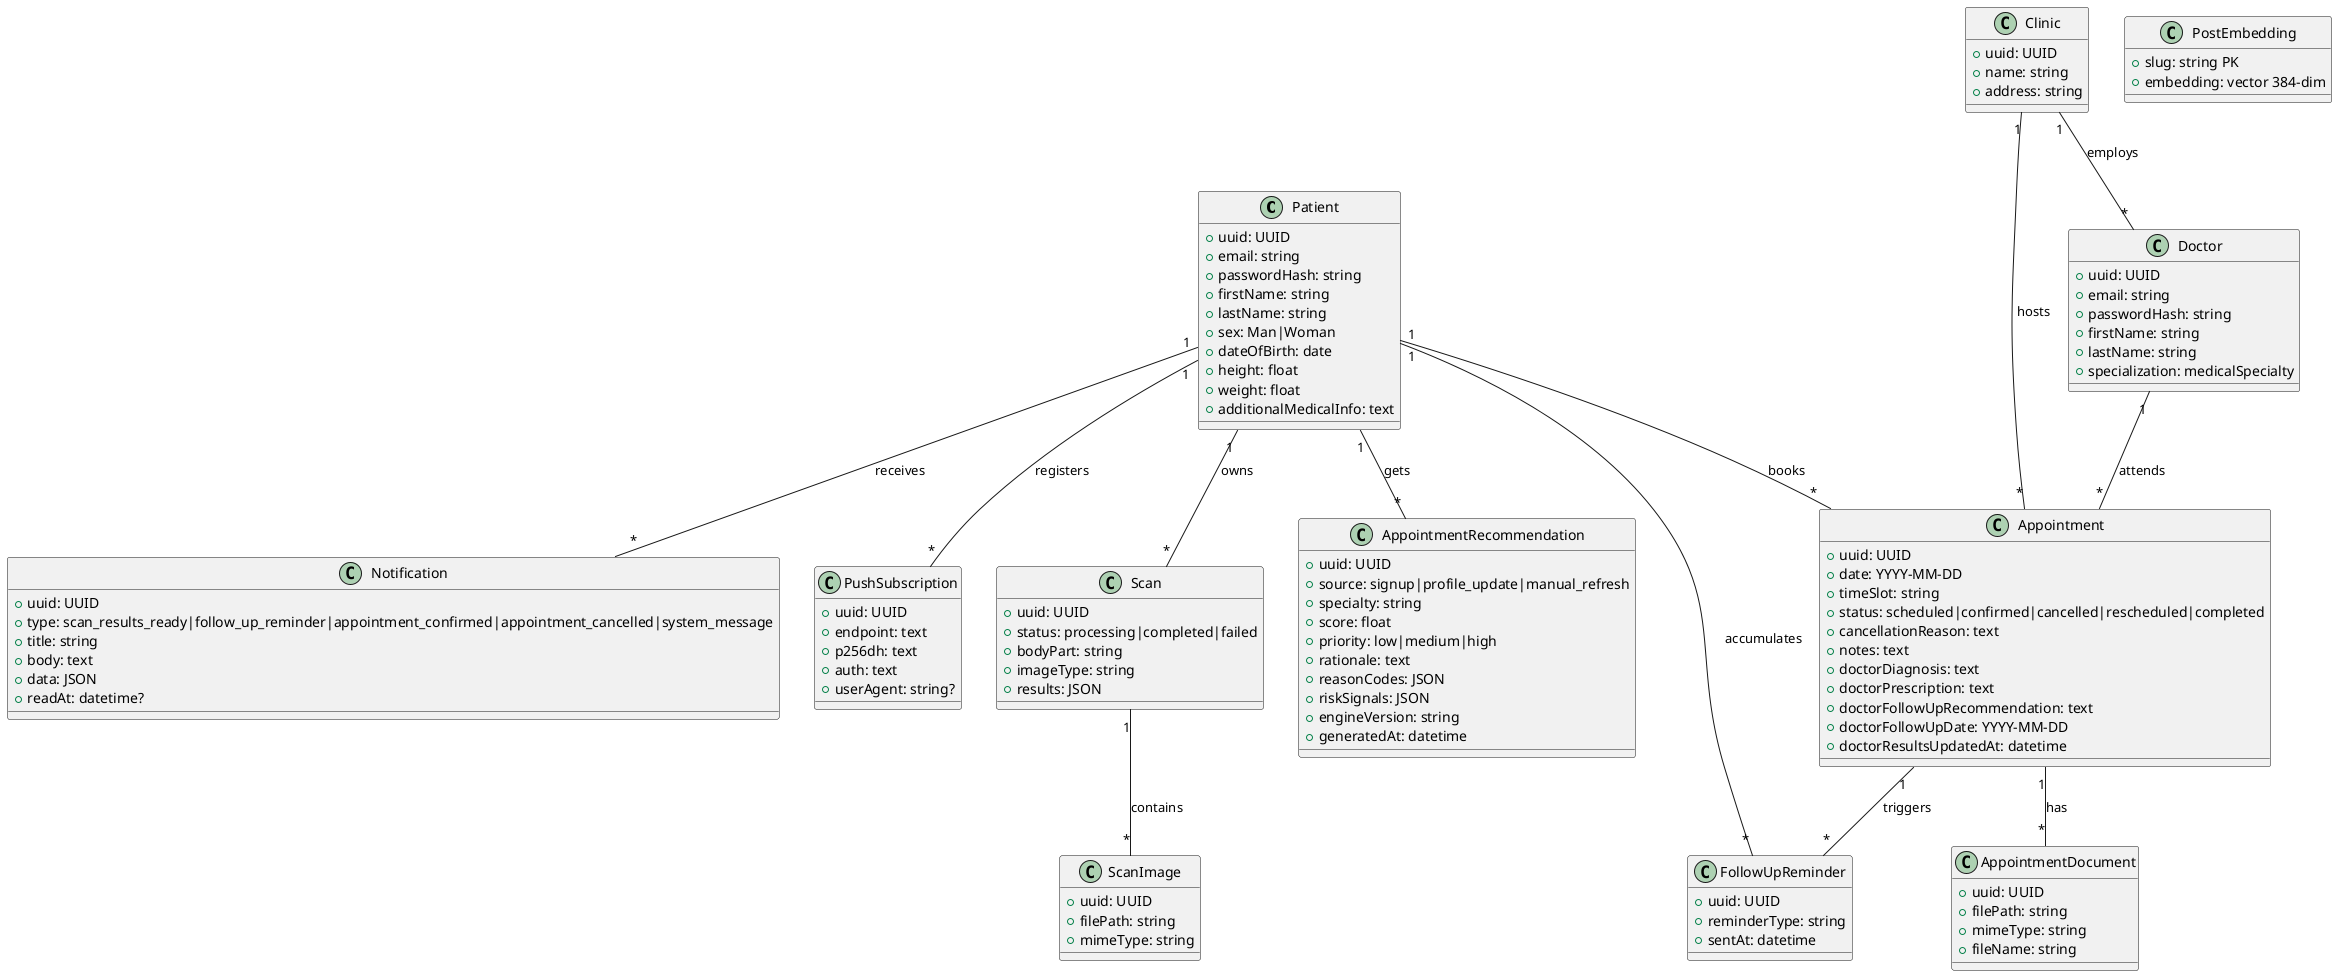
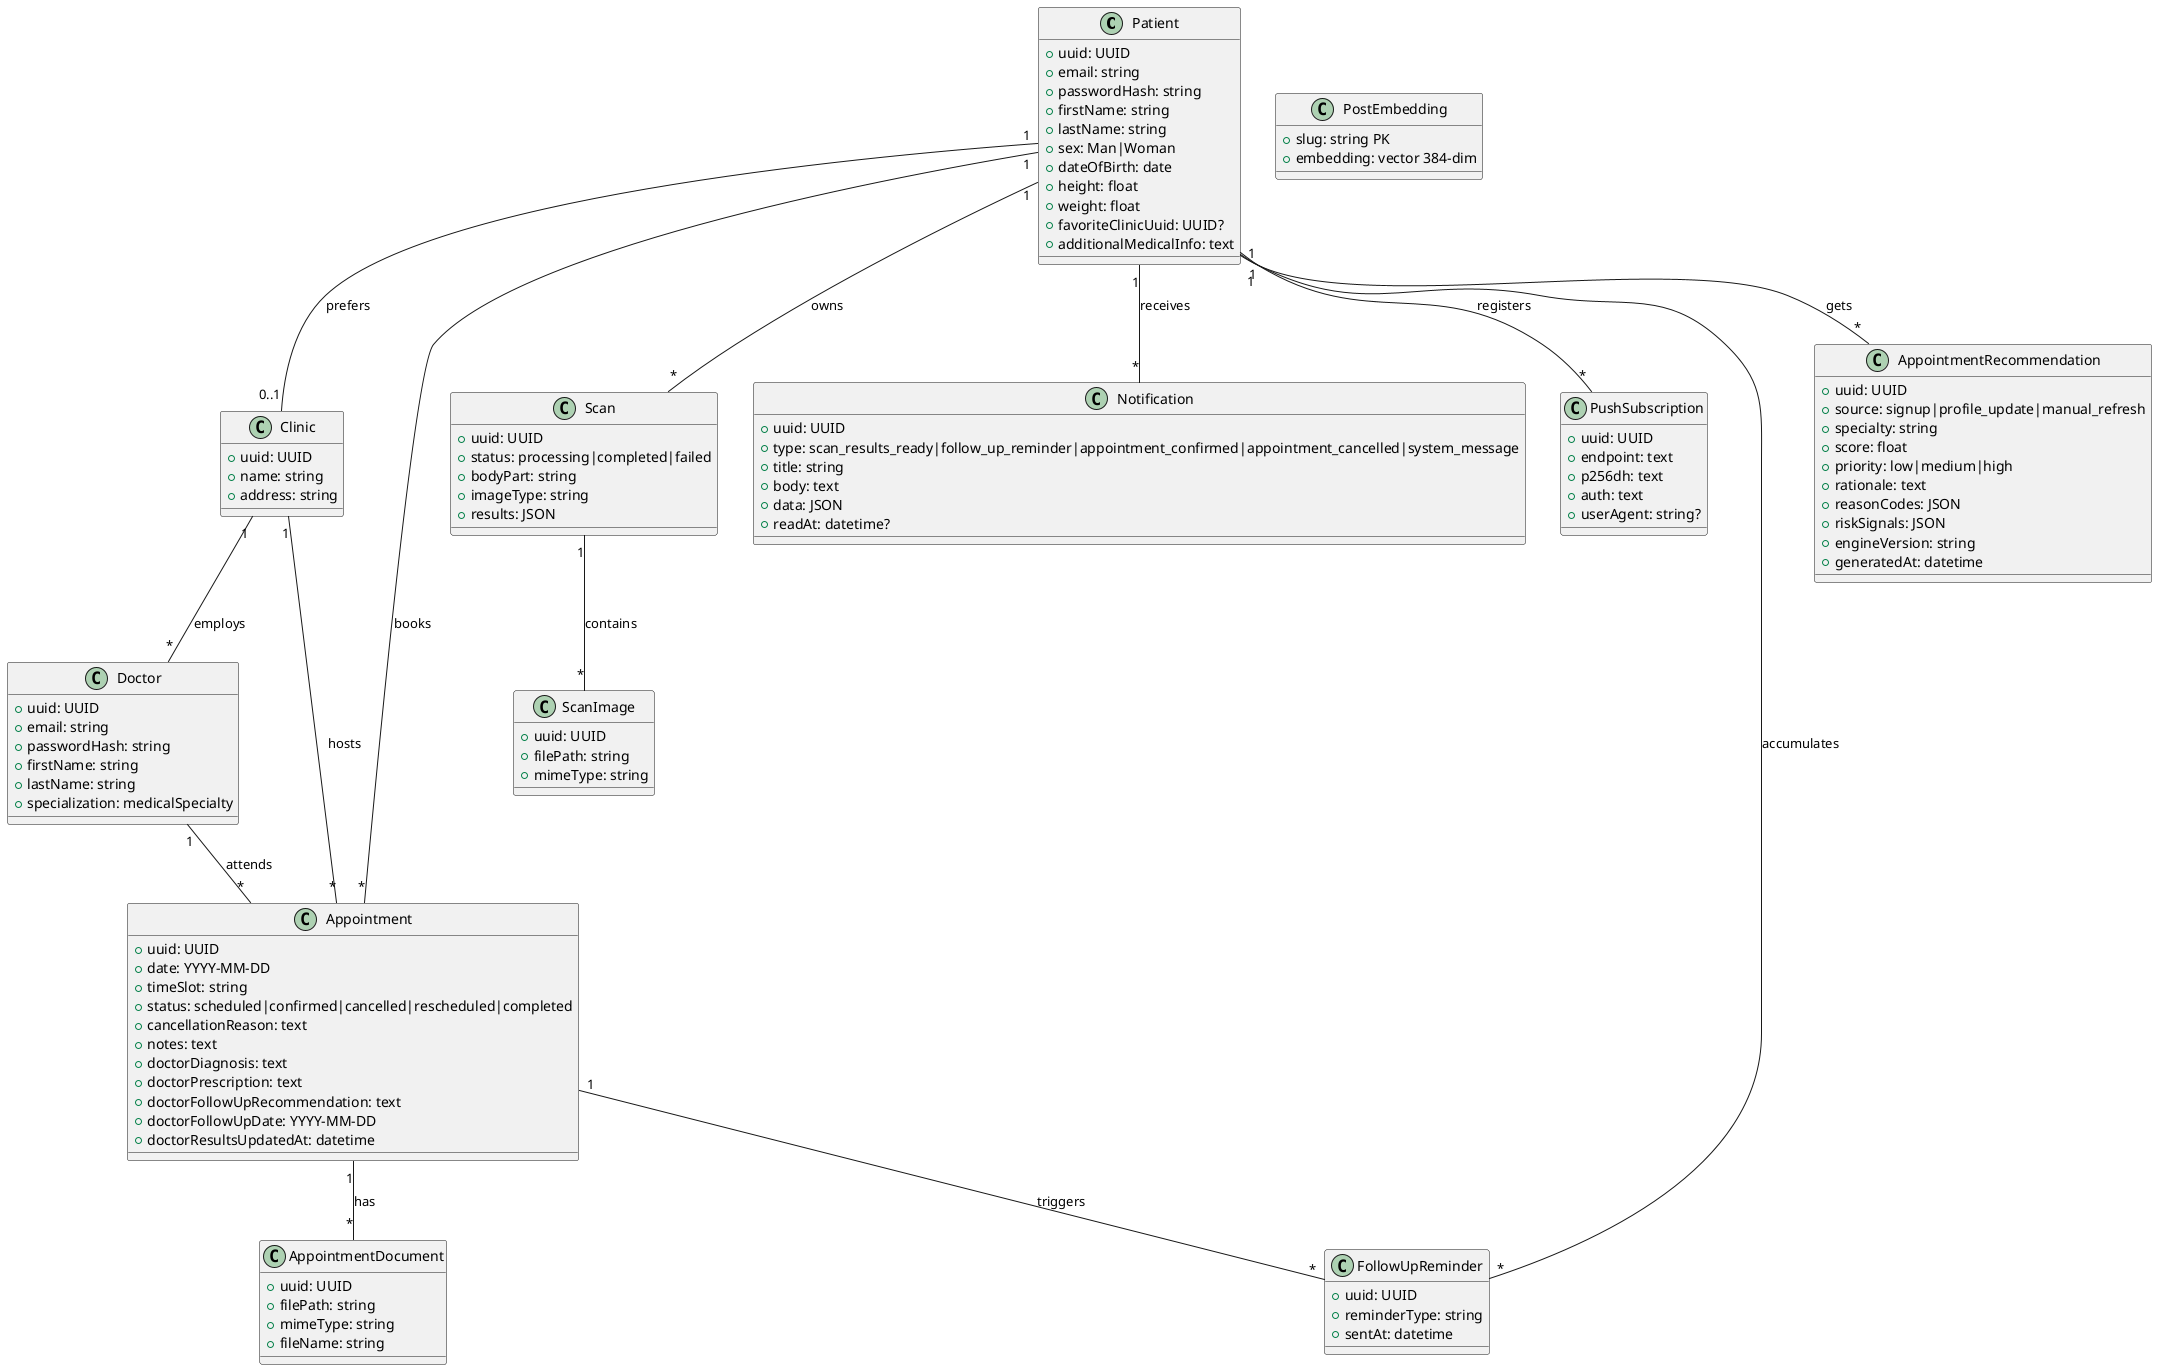
@startuml
class Patient {
  +uuid: UUID
  +email: string
  +passwordHash: string
  +firstName: string
  +lastName: string
  +sex: Man|Woman
  +dateOfBirth: date
  +height: float
  +weight: float
+   +favoriteClinicUuid: UUID?
  +additionalMedicalInfo: text
}

class Doctor {
  +uuid: UUID
  +email: string
  +passwordHash: string
  +firstName: string
  +lastName: string
  +specialization: medicalSpecialty
}

class Clinic {
  +uuid: UUID
  +name: string
  +address: string
}

class Appointment {
  +uuid: UUID
  +date: YYYY-MM-DD
  +timeSlot: string
  +status: scheduled|confirmed|cancelled|rescheduled|completed
  +cancellationReason: text
  +notes: text
  +doctorDiagnosis: text
  +doctorPrescription: text
  +doctorFollowUpRecommendation: text
  +doctorFollowUpDate: YYYY-MM-DD
  +doctorResultsUpdatedAt: datetime
}

class AppointmentDocument {
  +uuid: UUID
  +filePath: string
  +mimeType: string
  +fileName: string
}

class Scan {
  +uuid: UUID
  +status: processing|completed|failed
  +bodyPart: string
  +imageType: string
  +results: JSON
}

class ScanImage {
  +uuid: UUID
  +filePath: string
  +mimeType: string
}

class Notification {
  +uuid: UUID
  +type: scan_results_ready|follow_up_reminder|appointment_confirmed|appointment_cancelled|system_message
  +title: string
  +body: text
  +data: JSON
  +readAt: datetime?
}

class PushSubscription {
  +uuid: UUID
  +endpoint: text
  +p256dh: text
  +auth: text
  +userAgent: string?
}

class FollowUpReminder {
  +uuid: UUID
  +reminderType: string
  +sentAt: datetime
}

class AppointmentRecommendation {
  +uuid: UUID
  +source: signup|profile_update|manual_refresh
  +specialty: string
  +score: float
  +priority: low|medium|high
  +rationale: text
  +reasonCodes: JSON
  +riskSignals: JSON
  +engineVersion: string
  +generatedAt: datetime
}

class PostEmbedding {
  +slug: string PK
  +embedding: vector 384-dim
}

Clinic "1" -- "*" Doctor : employs
Clinic "1" -- "*" Appointment : hosts
+ Patient "1" -- "0..1" Clinic : prefers
Patient "1" -- "*" Appointment : books
Doctor "1" -- "*" Appointment : attends
Appointment "1" -- "*" AppointmentDocument : has
Patient "1" -- "*" Scan : owns
Scan "1" -- "*" ScanImage : contains
Patient "1" -- "*" Notification : receives
Patient "1" -- "*" PushSubscription : registers
Patient "1" -- "*" FollowUpReminder : accumulates
Appointment "1" -- "*" FollowUpReminder : triggers
Patient "1" -- "*" AppointmentRecommendation : gets

@enduml